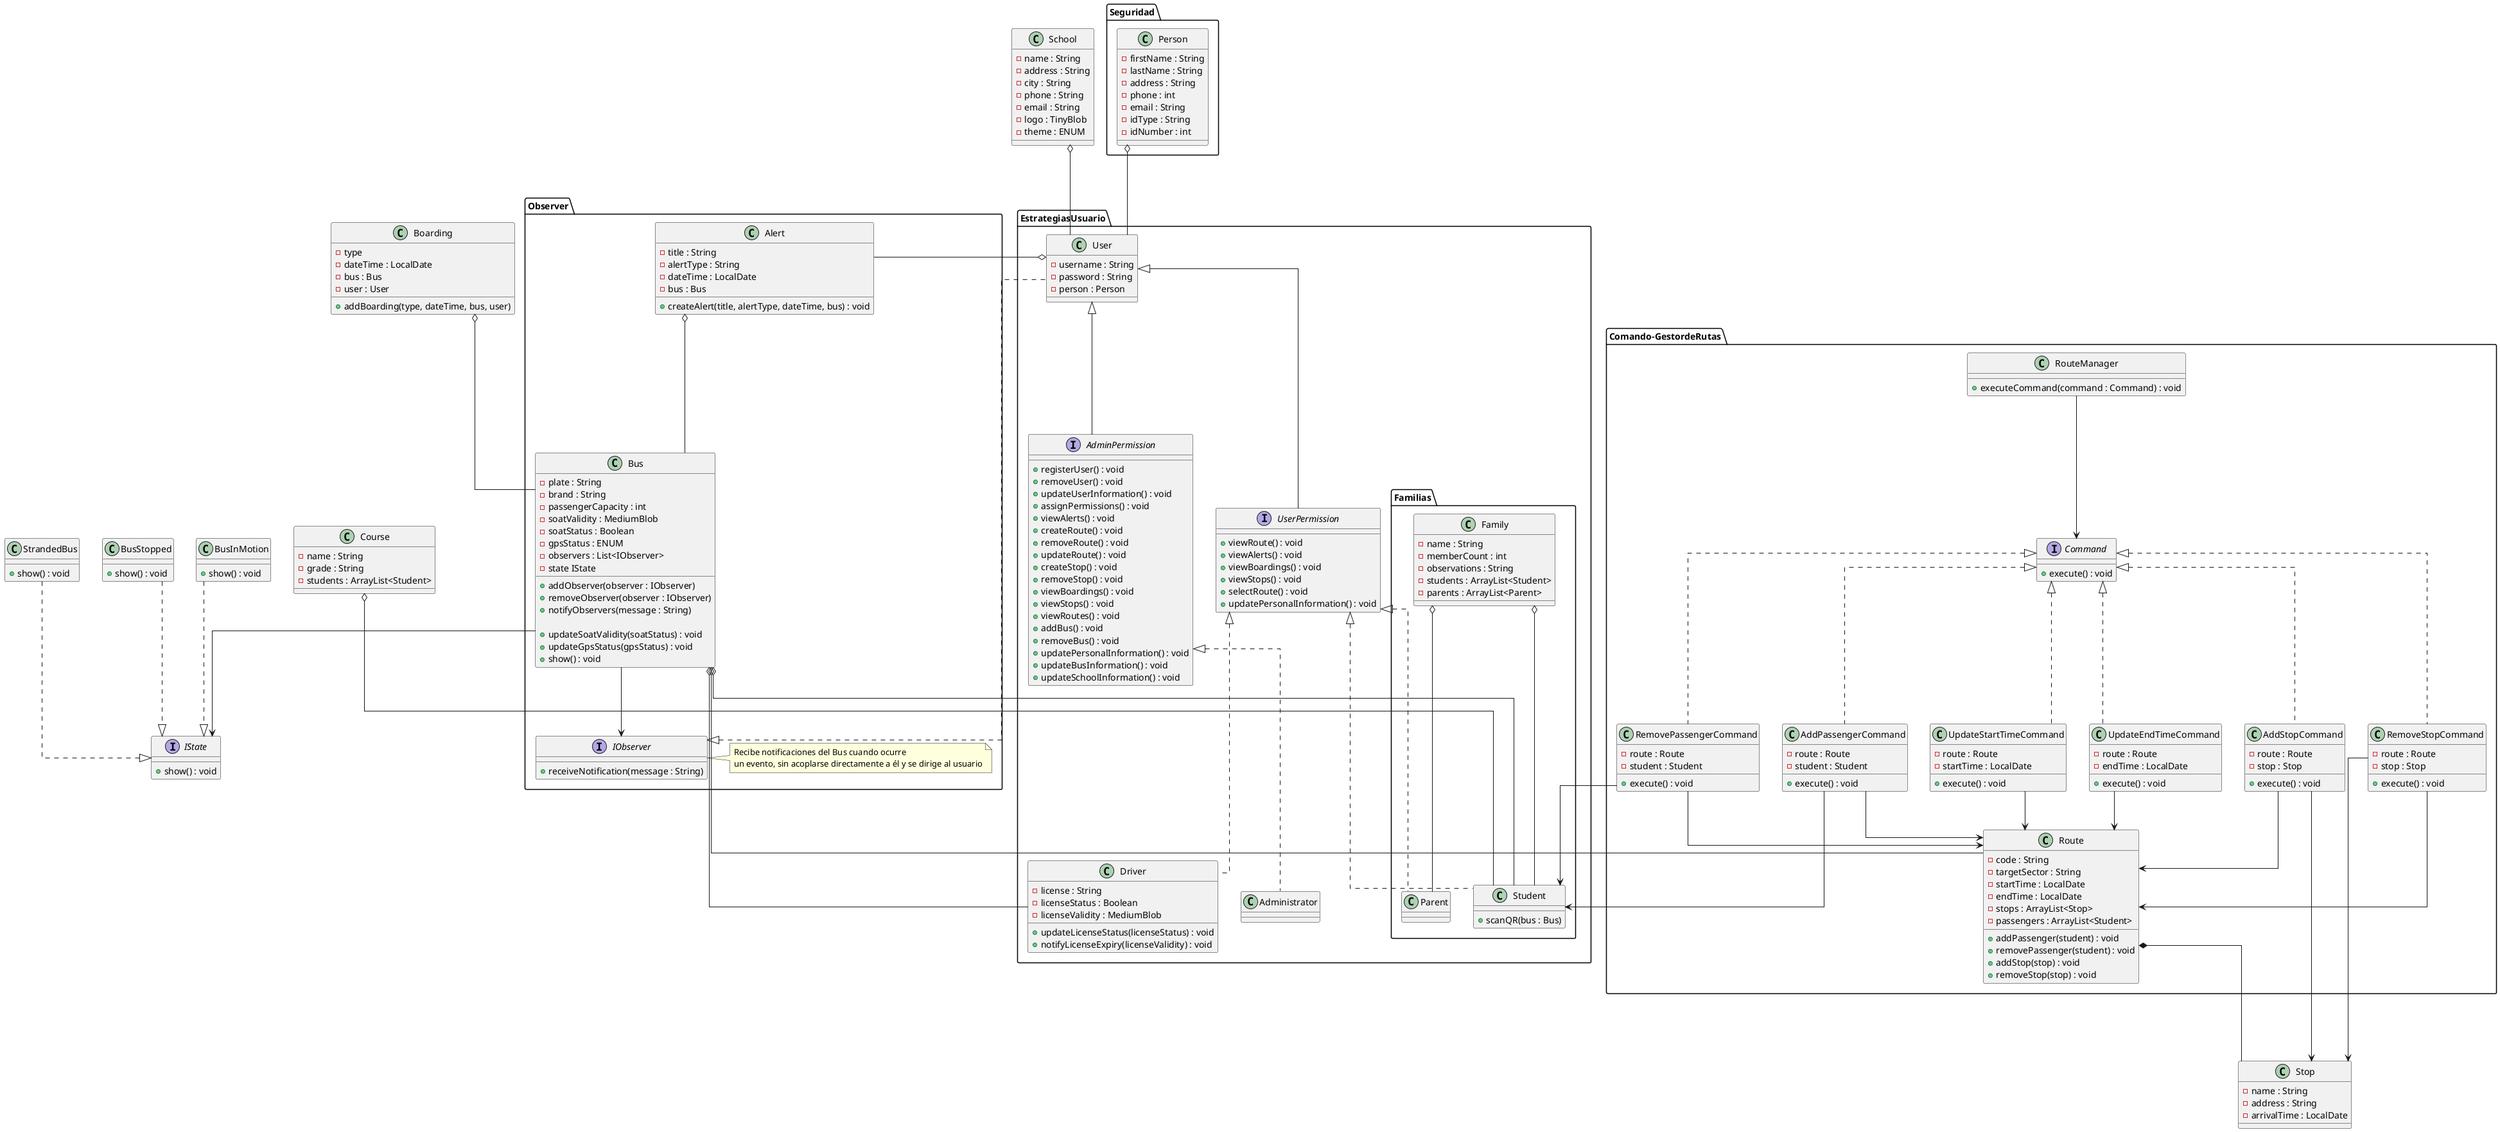
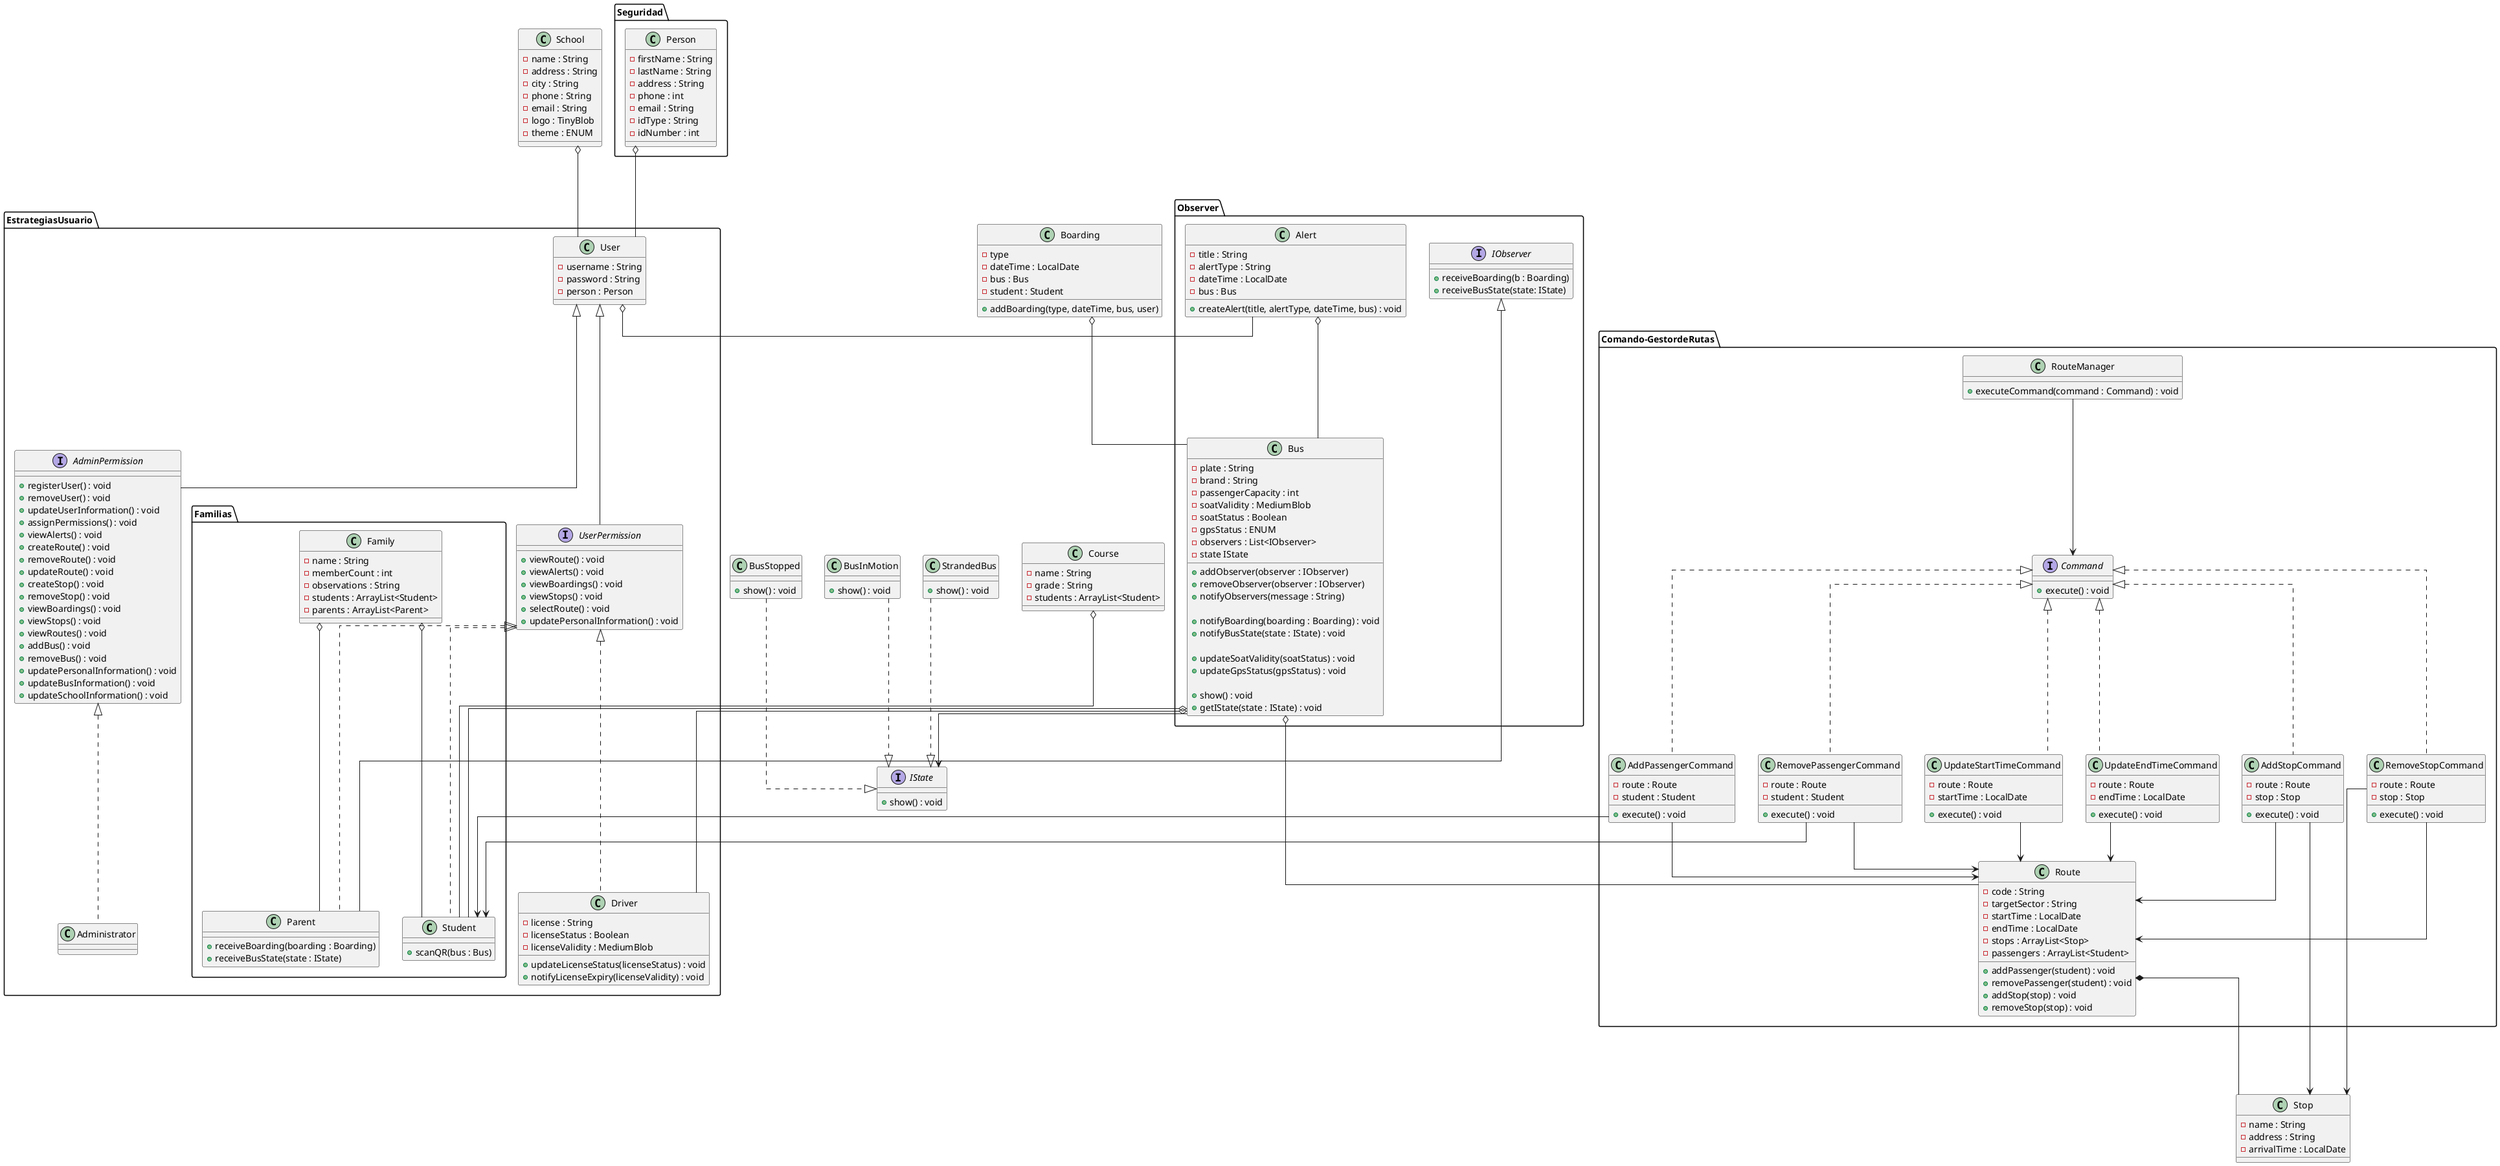
- @startuml GuardianEscolar
+ @startuml
skinparam Linetype ortho
'Observer package'

package Observer {

    class Alert {
        - title : String
        - alertType : String
        - dateTime : LocalDate
        - bus : Bus

        +createAlert(title, alertType, dateTime, bus) : void
    }

    class Bus {
        - plate : String
        - brand : String
        - passengerCapacity : int
        - soatValidity : MediumBlob
        - soatStatus : Boolean
        - gpsStatus : ENUM
        - observers : List<IObserver>
        - state IState

        +addObserver(observer : IObserver)
        +removeObserver(observer : IObserver)
        +notifyObservers(message : String)

+         +notifyBoarding(boarding : Boarding) : void
+         +notifyBusState(state : IState) : void
+ 
        +updateSoatValidity(soatStatus) : void
        +updateGpsStatus(gpsStatus) : void
+ 
        +show() : void
+         +getIState(state : IState) : void
    }

    interface IObserver {
-         +receiveNotification(message : String)
-     }
- 
-     note right of IObserver
-         Recibe notificaciones del Bus cuando ocurre
-         un evento, sin acoplarse directamente a él y se dirige al usuario
-     end note
+         +receiveBoarding(b : Boarding)
+         +receiveBusState(state: IState)
+     }
+ 
+     ' note right of IObserver
+       '   Recibe notificaciones del Bus cuando ocurre
+         ' un evento, sin acoplarse directamente a él y se dirige al usuario
+     ' end note
}

class School {
    - name : String
    - address : String
    - city : String
    - phone : String
    - email : String
    - logo : TinyBlob
    - theme : ENUM

}

package Comando-GestordeRutas {
    'Route management commands
    'Invoker
    class RouteManager {
        +executeCommand(command : Command) : void
    }

    'Command interface
    interface Command {
        +execute() : void
    }

    'Concrete commands
    class AddPassengerCommand {
        - route : Route
        - student : Student
        +execute() : void
    }

    class RemovePassengerCommand {
        - route : Route
        - student : Student
        +execute() : void
    }

    class AddStopCommand {
        - route : Route
        - stop : Stop
        +execute() : void
    }

    class RemoveStopCommand {
        - route : Route
        - stop : Stop
        +execute() : void
    }

    class UpdateStartTimeCommand {
        - route : Route
        - startTime : LocalDate
        +execute() : void
    }

    class UpdateEndTimeCommand {
        - route : Route
        - endTime : LocalDate
        +execute() : void
    }

    class Route {
        - code : String
        - targetSector : String
        - startTime : LocalDate
        - endTime : LocalDate
        - stops : ArrayList<Stop>
        - passengers : ArrayList<Student>

        +addPassenger(student) : void
        +removePassenger(student) : void
        +addStop(stop) : void
        +removeStop(stop) : void
    }
}

class Stop {
    - name : String
    - address : String
    - arrivalTime : LocalDate
}

class Boarding {
    - type
    - dateTime : LocalDate
    - bus : Bus
-     - user : User
+     - student : Student

    +addBoarding(type, dateTime, bus, user)
}

class Course {
    - name : String
    - grade : String
    - students : ArrayList<Student>
}

Package Seguridad{
    'Security
    class Person {
        - firstName : String
        - lastName : String
        - address : String
        - phone : int
        - email : String
        - idType : String
        - idNumber : int
    }
}

package EstrategiasUsuario {
    class User {
        - username : String
        - password : String
        - person : Person
    }
    class Driver {
        - license : String
        - licenseStatus : Boolean
        - licenseValidity : MediumBlob

        +updateLicenseStatus(licenseStatus) : void
        +notifyLicenseExpiry(licenseValidity) : void
    }

    package Familias{
        class Parent {
- 
+             +receiveBoarding(boarding : Boarding)
+             +receiveBusState(state : IState)
        }
        class Student {
            +scanQR(bus : Bus)

        }
        class Family {
            - name : String
            - memberCount : int
            - observations : String
            - students : ArrayList<Student>
            - parents : ArrayList<Parent>
        }

    }
    class Administrator {

    }
    interface UserPermission {
        +viewRoute() : void
        +viewAlerts() : void
        +viewBoardings() : void
        +viewStops() : void
        +selectRoute() : void
        +updatePersonalInformation() : void
    }
    interface AdminPermission {
        +registerUser() : void
        +removeUser() : void
        +updateUserInformation() : void
        +assignPermissions() : void
        +viewAlerts() : void
        +createRoute() : void
        +removeRoute() : void
        +updateRoute() : void
        +createStop() : void
        +removeStop() : void
        +viewBoardings() : void
        +viewStops() : void
        +viewRoutes() : void
        +addBus() : void
        +removeBus() : void
        +updatePersonalInformation() : void
        +updateBusInformation() : void
        +updateSchoolInformation() : void
    }
}

interface IState {
 + show() : void
}

class BusStopped {
 + show() : void
}

class BusInMotion {
 + show() : void
}

class StrandedBus {
 + show() : void
}



'Relations'
User <|--- UserPermission
User <|--- AdminPermission

UserPermission <|... Driver
UserPermission <|... Parent
UserPermission <|... Student
AdminPermission <|... Administrator


'Associations'
Alert o--- Bus
User o--- Alert

School o--- User
Person o--- User
Course o--- Student

Bus o--- Route
Bus o--- Driver
Bus o--- Student


Route *--- Stop
Boarding o--- Bus

Family o--- Parent
Family o--- Student


'Command relations
Command <|.. AddPassengerCommand
Command <|.. RemovePassengerCommand
Command <|.. AddStopCommand
Command <|.. RemoveStopCommand
Command <|.. UpdateStartTimeCommand
Command <|.. UpdateEndTimeCommand

RouteManager --> Command
AddPassengerCommand --> Route
AddPassengerCommand --> Student
RemovePassengerCommand --> Route
RemovePassengerCommand --> Student
AddStopCommand --> Route
AddStopCommand --> Stop
RemoveStopCommand --> Route
RemoveStopCommand --> Stop
UpdateStartTimeCommand --> Route
UpdateEndTimeCommand --> Route

' Conexiones  observer
- IObserver <|.. User
- Bus --> IObserver
+ Parent --|> IObserver

' State
BusStopped ..|> IState
BusInMotion ..|> IState
StrandedBus ..|> IState
Bus --> IState
- 
- @enduml
+ @enduml